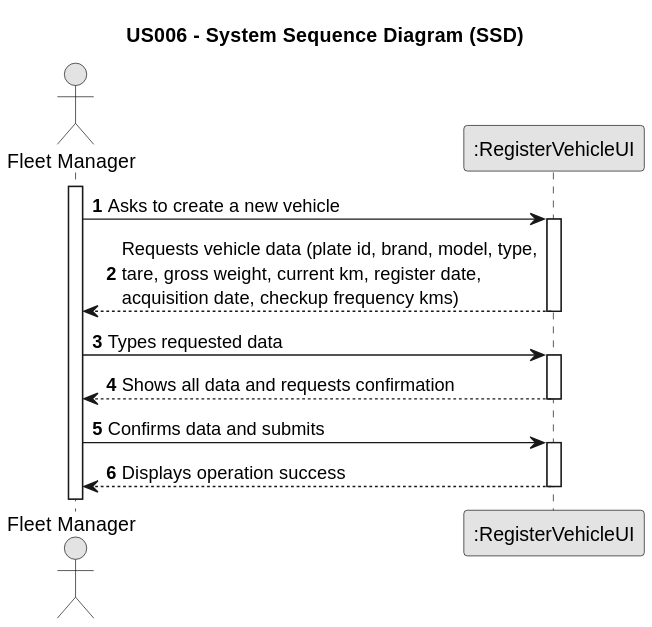
Rui-San/LAPR2_2023_2024 keeps this PlantUML diagram as docs/sprintB/us006/01.requirements-engineering/svg/us006-system-sequence-diagram.svg. Above is the earlier version. Its diagram source:
```plantuml
@startuml
skinparam monochrome true
skinparam packageStyle rectangle
skinparam shadowing false

title US006 - System Sequence Diagram (SSD)

autonumber

actor "Fleet Manager" as Employee
participant ":RegisterVehicleUI" as System

activate Employee

    Employee -> System : Asks to create a new vehicle
    activate System

        System --> Employee : Requests vehicle data (plate id, brand, model, type,\ntare, gross weight, current km, register date,\nacquisition date, checkup frequency kms)
    deactivate System


    Employee -> System : Types requested data
    activate System

        System --> Employee : Shows all data and requests confirmation
    deactivate System

    Employee -> System : Confirms data and submits
    activate System

        System --> Employee : Displays operation success
    deactivate System
@enduml
```
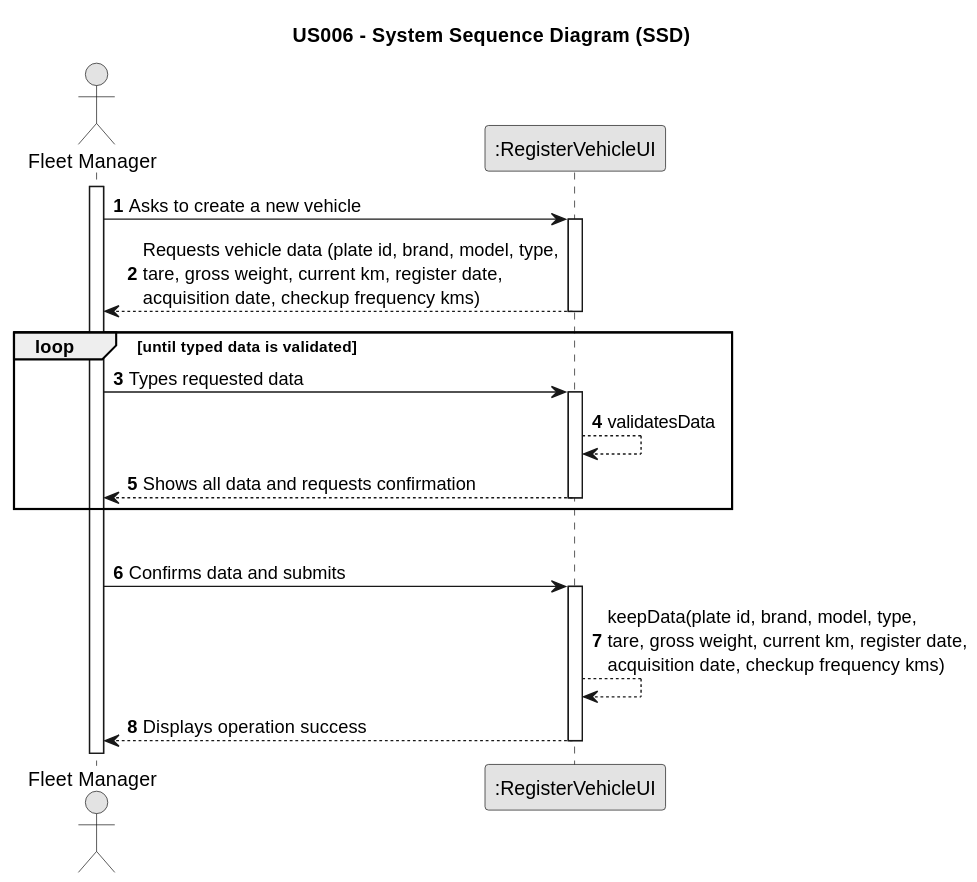
The same diagram one commit later.

Commit message:
US007: Fixed SSD with validation loop by system.

Created the new .svg

The edit, as a diff of the source:
```diff
@@ -19,15 +19,19 @@
     deactivate System
 
 
+    loop until typed data is validated
     Employee -> System : Types requested data
     activate System
-
+        System --> System : validatesData
         System --> Employee : Shows all data and requests confirmation
     deactivate System
 
+    end loop
+    |||
     Employee -> System : Confirms data and submits
     activate System
 
+        System --> System : keepData(plate id, brand, model, type,\ntare, gross weight, current km, register date,\nacquisition date, checkup frequency kms)
         System --> Employee : Displays operation success
     deactivate System
 @enduml
```
